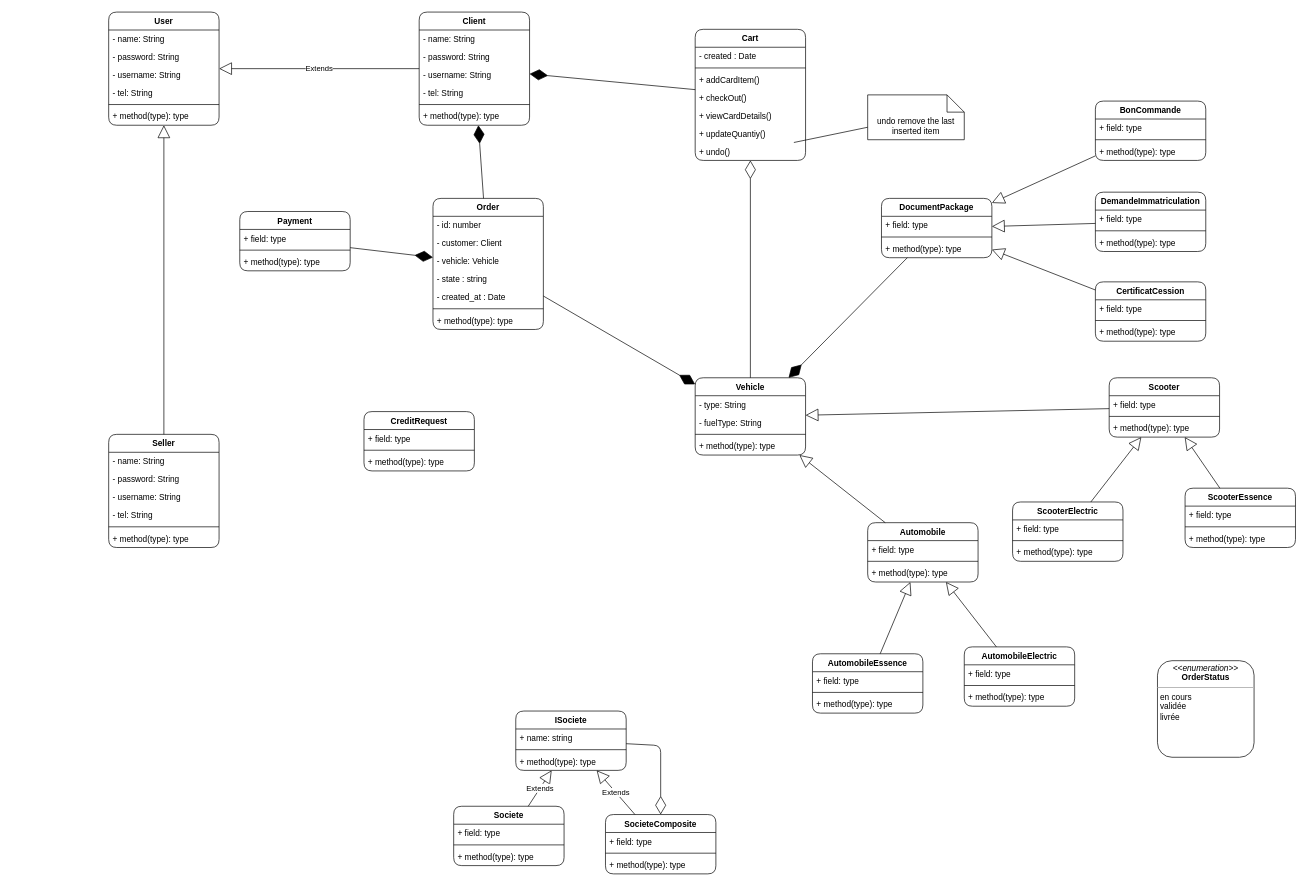
Before: page "class Diagram" (1 of 4) of uml.drawio in Prune12/CAR_APP, a draw.io diagram. Source tidied: cells renumbered, new cells numbered last; positions are measured from the earlier drawing's top-left corner, leaving out a move shared by most shapes. Both pictures are drawn from the tidied source at 69%, with x=0, y=0 at pixel (108, 12).
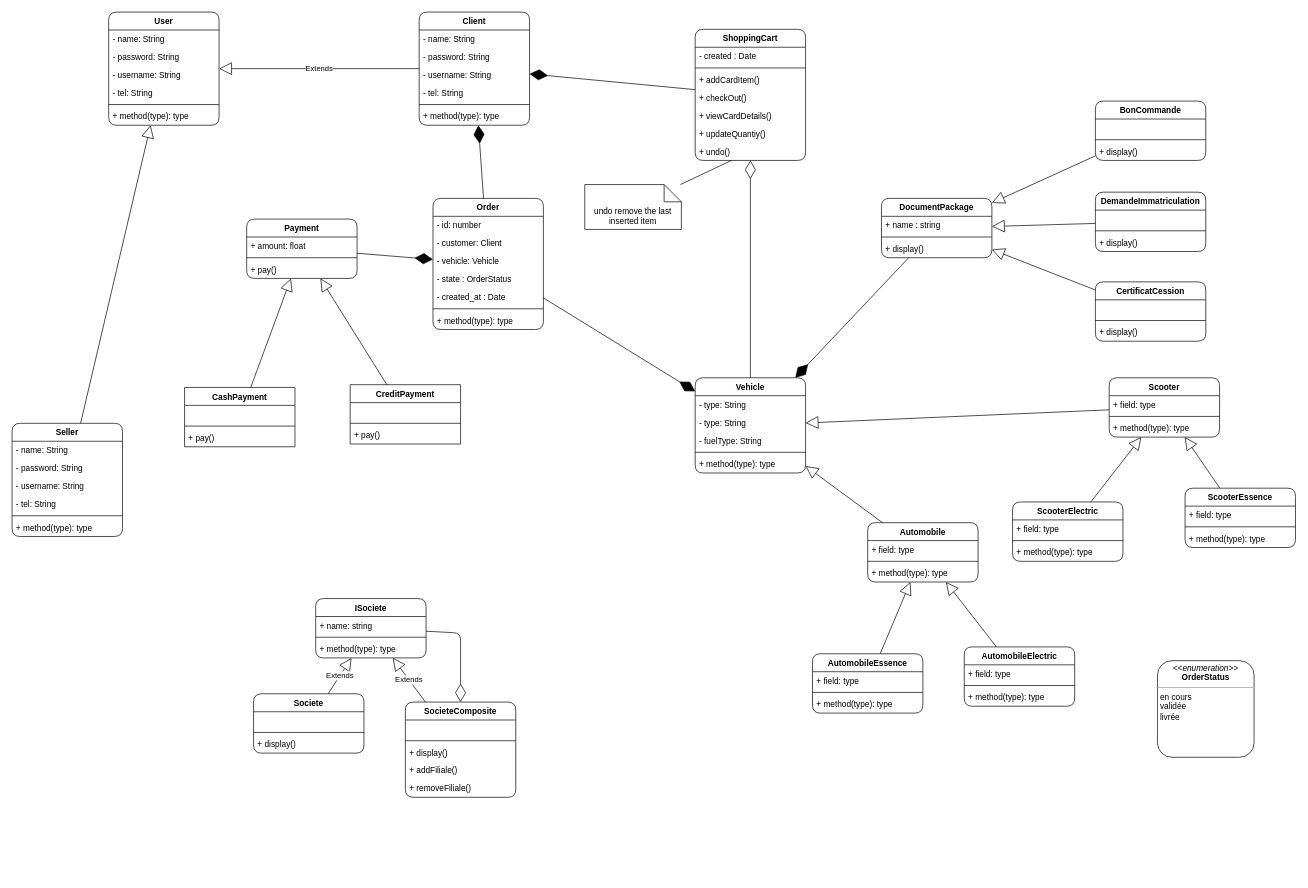
After the change.

Unchanged cells that the change refers to:
```xml
<mxCell id="38" value="DocumentPackage" style="swimlane;fontStyle=1;align=center;verticalAlign=top;horizontal=1;startSize=26;rounded=1;" parent="1" vertex="1">
  <mxGeometry x="1120" y="270" width="160" height="86" as="geometry" />
</mxCell>
<mxCell id="42" value="Order" style="swimlane;fontStyle=1;align=center;verticalAlign=top;horizontal=1;startSize=26;rounded=1;" parent="1" vertex="1">
  <mxGeometry x="470" y="270" width="160" height="190" as="geometry" />
</mxCell>
<mxCell id="88" value="CertificatCession" style="swimlane;fontStyle=1;align=center;verticalAlign=top;horizontal=1;startSize=26;rounded=1;" parent="1" vertex="1">
  <mxGeometry x="1430" y="391" width="160" height="86" as="geometry" />
</mxCell>
<mxCell id="92" value="DemandeImmatriculation" style="swimlane;fontStyle=1;align=center;verticalAlign=top;horizontal=1;startSize=26;rounded=1;" parent="1" vertex="1">
  <mxGeometry x="1430" y="261" width="160" height="86" as="geometry" />
</mxCell>
<mxCell id="96" value="BonCommande" style="swimlane;fontStyle=1;align=center;verticalAlign=top;horizontal=1;startSize=26;rounded=1;" parent="1" vertex="1">
  <mxGeometry x="1430" y="129" width="160" height="86" as="geometry" />
</mxCell>
```

Change to the diagram source:
```diff
@@
     <mxCell id="2" value="Vehicle" style="swimlane;fontStyle=1;align=center;verticalAlign=top;horizontal=1;startSize=26;rounded=1;" parent="1" vertex="1">
-      <mxGeometry x="850" y="530" width="160" height="112" as="geometry" />
+      <mxGeometry x="850" y="530" width="160" height="138" as="geometry" />
     </mxCell>
+    <mxCell id="127" value="- type: String " style="text;strokeColor=none;fillColor=none;align=left;verticalAlign=top;spacingLeft=4;spacingRight=4;overflow=hidden;rounded=1;" parent="2" vertex="1">
+      <mxGeometry y="26" width="160" height="26" as="geometry" />
+    </mxCell>
     <mxCell id="3" value="- type: String " style="text;strokeColor=none;fillColor=none;align=left;verticalAlign=top;spacingLeft=4;spacingRight=4;overflow=hidden;rounded=1;" parent="2" vertex="1">
-      <mxGeometry y="26" width="160" height="26" as="geometry" />
+      <mxGeometry y="52" width="160" height="26" as="geometry" />
     </mxCell>
     <mxCell id="4" value="- fuelType: String" style="text;strokeColor=none;fillColor=none;align=left;verticalAlign=top;spacingLeft=4;spacingRight=4;overflow=hidden;rounded=1;" parent="2" vertex="1">
-      <mxGeometry y="52" width="160" height="26" as="geometry" />
+      <mxGeometry y="78" width="160" height="26" as="geometry" />
     </mxCell>
     <mxCell id="5" style="line;strokeWidth=1;fillColor=none;align=left;verticalAlign=middle;spacingTop=-1;spacingLeft=3;spacingRight=3;labelPosition=right;rounded=1;" parent="2" vertex="1">
-      <mxGeometry y="78" width="160" height="8" as="geometry" />
+      <mxGeometry y="104" width="160" height="8" as="geometry" />
     </mxCell>
     <mxCell id="6" value="+ method(type): type" style="text;strokeColor=none;fillColor=none;align=left;verticalAlign=top;spacingLeft=4;spacingRight=4;overflow=hidden;rounded=1;" parent="2" vertex="1">
-      <mxGeometry y="86" width="160" height="26" as="geometry" />
+      <mxGeometry y="112" width="160" height="26" as="geometry" />
     </mxCell>
@@
     <mxCell id="24" value="ISociete" style="swimlane;fontStyle=1;align=center;verticalAlign=top;horizontal=1;startSize=26;rounded=1;" parent="1" vertex="1">
-      <mxGeometry x="590" y="1013" width="160" height="86" as="geometry" />
+      <mxGeometry x="300" y="850" width="160" height="86" as="geometry" />
     </mxCell>
@@
     <mxCell id="28" value="SocieteComposite" style="swimlane;fontStyle=1;align=center;verticalAlign=top;horizontal=1;startSize=26;rounded=1;" parent="1" vertex="1">
-      <mxGeometry x="720" y="1163" width="160" height="86" as="geometry" />
+      <mxGeometry x="430" y="1000" width="160" height="138" as="geometry" />
     </mxCell>
-    <mxCell id="29" value="+ field: type" style="text;strokeColor=none;fillColor=none;align=left;verticalAlign=top;spacingLeft=4;spacingRight=4;overflow=hidden;rounded=1;" parent="28" vertex="1">
+    <mxCell id="29" value=" " style="text;strokeColor=none;fillColor=none;align=left;verticalAlign=top;spacingLeft=4;spacingRight=4;overflow=hidden;rounded=1;" parent="28" vertex="1">
       <mxGeometry y="26" width="160" height="26" as="geometry" />
     </mxCell>
@@
-    <mxCell id="31" value="+ method(type): type" style="text;strokeColor=none;fillColor=none;align=left;verticalAlign=top;spacingLeft=4;spacingRight=4;overflow=hidden;rounded=1;" parent="28" vertex="1">
+    <mxCell id="31" value="+ display()" style="text;strokeColor=none;fillColor=none;align=left;verticalAlign=top;spacingLeft=4;spacingRight=4;overflow=hidden;rounded=1;" parent="28" vertex="1">
       <mxGeometry y="60" width="160" height="26" as="geometry" />
     </mxCell>
+    <mxCell id="128" value="+ addFiliale()" style="text;strokeColor=none;fillColor=none;align=left;verticalAlign=top;spacingLeft=4;spacingRight=4;overflow=hidden;rounded=1;" parent="28" vertex="1">
+      <mxGeometry y="86" width="160" height="26" as="geometry" />
+    </mxCell>
+    <mxCell id="129" value="+ removeFiliale()" style="text;strokeColor=none;fillColor=none;align=left;verticalAlign=top;spacingLeft=4;spacingRight=4;overflow=hidden;rounded=1;" parent="28" vertex="1">
+      <mxGeometry y="112" width="160" height="26" as="geometry" />
+    </mxCell>
     <mxCell id="32" value="Societe" style="swimlane;fontStyle=1;align=center;verticalAlign=top;horizontal=1;startSize=26;rounded=1;" parent="1" vertex="1">
-      <mxGeometry x="500" y="1151" width="160" height="86" as="geometry" />
+      <mxGeometry x="210" y="988" width="160" height="86" as="geometry" />
     </mxCell>
-    <mxCell id="33" value="+ field: type" style="text;strokeColor=none;fillColor=none;align=left;verticalAlign=top;spacingLeft=4;spacingRight=4;overflow=hidden;rounded=1;" parent="32" vertex="1">
+    <mxCell id="33" value=" " style="text;strokeColor=none;fillColor=none;align=left;verticalAlign=top;spacingLeft=4;spacingRight=4;overflow=hidden;rounded=1;" parent="32" vertex="1">
       <mxGeometry y="26" width="160" height="26" as="geometry" />
     </mxCell>
@@
-    <mxCell id="35" value="+ method(type): type" style="text;strokeColor=none;fillColor=none;align=left;verticalAlign=top;spacingLeft=4;spacingRight=4;overflow=hidden;rounded=1;" parent="32" vertex="1">
+    <mxCell id="35" value="+ display()" style="text;strokeColor=none;fillColor=none;align=left;verticalAlign=top;spacingLeft=4;spacingRight=4;overflow=hidden;rounded=1;" parent="32" vertex="1">
       <mxGeometry y="60" width="160" height="26" as="geometry" />
     </mxCell>
@@
-    <mxCell id="39" value="+ field: type" style="text;strokeColor=none;fillColor=none;align=left;verticalAlign=top;spacingLeft=4;spacingRight=4;overflow=hidden;rounded=1;" parent="38" vertex="1">
+    <mxCell id="39" value="+ name : string" style="text;strokeColor=none;fillColor=none;align=left;verticalAlign=top;spacingLeft=4;spacingRight=4;overflow=hidden;rounded=1;" parent="38" vertex="1">
       <mxGeometry y="26" width="160" height="26" as="geometry" />
     </mxCell>
@@
-    <mxCell id="41" value="+ method(type): type" style="text;strokeColor=none;fillColor=none;align=left;verticalAlign=top;spacingLeft=4;spacingRight=4;overflow=hidden;rounded=1;" parent="38" vertex="1">
+    <mxCell id="41" value="+ display()" style="text;strokeColor=none;fillColor=none;align=left;verticalAlign=top;spacingLeft=4;spacingRight=4;overflow=hidden;rounded=1;" parent="38" vertex="1">
       <mxGeometry y="60" width="160" height="26" as="geometry" />
     </mxCell>
@@
-    <mxCell id="46" value="- state : string" style="text;strokeColor=none;fillColor=none;align=left;verticalAlign=top;spacingLeft=4;spacingRight=4;overflow=hidden;rounded=1;" parent="42" vertex="1">
+    <mxCell id="46" value="- state : OrderStatus" style="text;strokeColor=none;fillColor=none;align=left;verticalAlign=top;spacingLeft=4;spacingRight=4;overflow=hidden;rounded=1;" parent="42" vertex="1">
       <mxGeometry y="104" width="160" height="26" as="geometry" />
     </mxCell>
@@
-    <mxCell id="51" value="CreditRequest" style="swimlane;fontStyle=1;align=center;verticalAlign=top;horizontal=1;startSize=26;rounded=1;" parent="1" vertex="1">
-      <mxGeometry x="370" y="579" width="160" height="86" as="geometry" />
-    </mxCell>
-    <mxCell id="52" value="+ field: type" style="text;strokeColor=none;fillColor=none;align=left;verticalAlign=top;spacingLeft=4;spacingRight=4;overflow=hidden;rounded=1;" parent="51" vertex="1">
-      <mxGeometry y="26" width="160" height="26" as="geometry" />
-    </mxCell>
-    <mxCell id="53" style="line;strokeWidth=1;fillColor=none;align=left;verticalAlign=middle;spacingTop=-1;spacingLeft=3;spacingRight=3;labelPosition=right;rounded=1;" parent="51" vertex="1">
-      <mxGeometry y="52" width="160" height="8" as="geometry" />
-    </mxCell>
-    <mxCell id="54" value="+ method(type): type" style="text;strokeColor=none;fillColor=none;align=left;verticalAlign=top;spacingLeft=4;spacingRight=4;overflow=hidden;rounded=1;" parent="51" vertex="1">
-      <mxGeometry y="60" width="160" height="26" as="geometry" />
-    </mxCell>
@@
     <mxCell id="64" value="Seller" style="swimlane;fontStyle=1;align=center;verticalAlign=top;horizontal=1;startSize=26;rounded=1;" parent="1" vertex="1">
-      <mxGeometry y="612" width="160" height="164" as="geometry" />
+      <mxGeometry x="-140" y="596" width="160" height="164" as="geometry" />
     </mxCell>
@@
     <mxCell id="71" value="Payment" style="swimlane;fontStyle=1;align=center;verticalAlign=top;horizontal=1;startSize=26;rounded=1;" parent="1" vertex="1">
-      <mxGeometry x="190" y="289" width="160" height="86" as="geometry" />
+      <mxGeometry x="200" y="300" width="160" height="86" as="geometry" />
     </mxCell>
-    <mxCell id="72" value="+ field: type" style="text;strokeColor=none;fillColor=none;align=left;verticalAlign=top;spacingLeft=4;spacingRight=4;overflow=hidden;rounded=1;" parent="71" vertex="1">
+    <mxCell id="72" value="+ amount: float" style="text;strokeColor=none;fillColor=none;align=left;verticalAlign=top;spacingLeft=4;spacingRight=4;overflow=hidden;rounded=1;" parent="71" vertex="1">
       <mxGeometry y="26" width="160" height="26" as="geometry" />
     </mxCell>
@@
-    <mxCell id="74" value="+ method(type): type" style="text;strokeColor=none;fillColor=none;align=left;verticalAlign=top;spacingLeft=4;spacingRight=4;overflow=hidden;rounded=1;" parent="71" vertex="1">
+    <mxCell id="74" value="+ pay()" style="text;strokeColor=none;fillColor=none;align=left;verticalAlign=top;spacingLeft=4;spacingRight=4;overflow=hidden;rounded=1;" parent="71" vertex="1">
       <mxGeometry y="60" width="160" height="26" as="geometry" />
     </mxCell>
@@
-    <mxCell id="76" value="Cart" style="swimlane;fontStyle=1;align=center;verticalAlign=top;horizontal=1;startSize=26;rounded=1;" parent="1" vertex="1">
+    <mxCell id="76" value="ShoppingCart" style="swimlane;fontStyle=1;align=center;verticalAlign=top;horizontal=1;startSize=26;rounded=1;" parent="1" vertex="1">
       <mxGeometry x="850" y="25" width="160" height="190" as="geometry" />
     </mxCell>
@@
     <mxCell id="84" value="undo remove the last inserted item" style="shape=note2;boundedLbl=1;whiteSpace=wrap;html=1;size=25;verticalAlign=top;align=center;rounded=1;" parent="1" vertex="1">
-      <mxGeometry x="1100" y="120" width="140" height="65" as="geometry" />
+      <mxGeometry x="690" y="250" width="140" height="65" as="geometry" />
     </mxCell>
@@
-    <mxCell id="89" value="+ field: type" style="text;strokeColor=none;fillColor=none;align=left;verticalAlign=top;spacingLeft=4;spacingRight=4;overflow=hidden;rounded=1;" parent="88" vertex="1">
+    <mxCell id="89" value=" " style="text;strokeColor=none;fillColor=none;align=left;verticalAlign=top;spacingLeft=4;spacingRight=4;overflow=hidden;rounded=1;" parent="88" vertex="1">
       <mxGeometry y="26" width="160" height="26" as="geometry" />
     </mxCell>
@@
-    <mxCell id="91" value="+ method(type): type" style="text;strokeColor=none;fillColor=none;align=left;verticalAlign=top;spacingLeft=4;spacingRight=4;overflow=hidden;rounded=1;" parent="88" vertex="1">
+    <mxCell id="91" value="+ display()" style="text;strokeColor=none;fillColor=none;align=left;verticalAlign=top;spacingLeft=4;spacingRight=4;overflow=hidden;rounded=1;" parent="88" vertex="1">
       <mxGeometry y="60" width="160" height="26" as="geometry" />
     </mxCell>
@@
-    <mxCell id="93" value="+ field: type" style="text;strokeColor=none;fillColor=none;align=left;verticalAlign=top;spacingLeft=4;spacingRight=4;overflow=hidden;rounded=1;" parent="92" vertex="1">
+    <mxCell id="93" value=" " style="text;strokeColor=none;fillColor=none;align=left;verticalAlign=top;spacingLeft=4;spacingRight=4;overflow=hidden;rounded=1;" parent="92" vertex="1">
       <mxGeometry y="26" width="160" height="26" as="geometry" />
     </mxCell>
@@
-    <mxCell id="95" value="+ method(type): type" style="text;strokeColor=none;fillColor=none;align=left;verticalAlign=top;spacingLeft=4;spacingRight=4;overflow=hidden;rounded=1;" parent="92" vertex="1">
+    <mxCell id="95" value="+ display()" style="text;strokeColor=none;fillColor=none;align=left;verticalAlign=top;spacingLeft=4;spacingRight=4;overflow=hidden;rounded=1;" parent="92" vertex="1">
       <mxGeometry y="60" width="160" height="26" as="geometry" />
     </mxCell>
@@
-    <mxCell id="97" value="+ field: type" style="text;strokeColor=none;fillColor=none;align=left;verticalAlign=top;spacingLeft=4;spacingRight=4;overflow=hidden;rounded=1;" parent="96" vertex="1">
+    <mxCell id="97" value=" " style="text;strokeColor=none;fillColor=none;align=left;verticalAlign=top;spacingLeft=4;spacingRight=4;overflow=hidden;rounded=1;" parent="96" vertex="1">
       <mxGeometry y="26" width="160" height="26" as="geometry" />
     </mxCell>
@@
-    <mxCell id="99" value="+ method(type): type" style="text;strokeColor=none;fillColor=none;align=left;verticalAlign=top;spacingLeft=4;spacingRight=4;overflow=hidden;rounded=1;" parent="96" vertex="1">
+    <mxCell id="99" value="+ display()" style="text;strokeColor=none;fillColor=none;align=left;verticalAlign=top;spacingLeft=4;spacingRight=4;overflow=hidden;rounded=1;" parent="96" vertex="1">
       <mxGeometry y="60" width="160" height="26" as="geometry" />
     </mxCell>
@@
     <mxCell id="105" style="endArrow=diamondThin;endFill=0;endSize=24;html=1;rounded=1;" parent="1" edge="1" source="24" target="28">
       <mxGeometry relative="1" as="geometry">
         <Array as="points">
-          <mxPoint x="800" y="1063" />
+          <mxPoint x="510" y="900" />
         </Array>
       </mxGeometry>
     </mxCell>
@@
+    <mxCell id="130" value="CashPayment" style="swimlane;fontStyle=1;align=center;verticalAlign=top;horizontal=1;startSize=26;" parent="1" vertex="1">
+      <mxGeometry x="110" y="544" width="160" height="86" as="geometry" />
+    </mxCell>
+    <mxCell id="131" value=" " style="text;strokeColor=none;fillColor=none;align=left;verticalAlign=top;spacingLeft=4;spacingRight=4;overflow=hidden;" parent="130" vertex="1">
+      <mxGeometry y="26" width="160" height="26" as="geometry" />
+    </mxCell>
+    <mxCell id="132" style="line;strokeWidth=1;fillColor=none;align=left;verticalAlign=middle;spacingTop=-1;spacingLeft=3;spacingRight=3;labelPosition=right;strokeColor=inherit;" parent="130" vertex="1">
+      <mxGeometry y="52" width="160" height="8" as="geometry" />
+    </mxCell>
+    <mxCell id="133" value="+ pay()" style="text;strokeColor=none;fillColor=none;align=left;verticalAlign=top;spacingLeft=4;spacingRight=4;overflow=hidden;rounded=1;" parent="130" vertex="1">
+      <mxGeometry y="60" width="160" height="26" as="geometry" />
+    </mxCell>
+    <mxCell id="134" value="CreditPayment" style="swimlane;fontStyle=1;align=center;verticalAlign=top;horizontal=1;startSize=26;" parent="1" vertex="1">
+      <mxGeometry x="350" y="540" width="160" height="86" as="geometry" />
+    </mxCell>
+    <mxCell id="135" value=" " style="text;strokeColor=none;fillColor=none;align=left;verticalAlign=top;spacingLeft=4;spacingRight=4;overflow=hidden;" parent="134" vertex="1">
+      <mxGeometry y="26" width="160" height="26" as="geometry" />
+    </mxCell>
+    <mxCell id="136" style="line;strokeWidth=1;fillColor=none;align=left;verticalAlign=middle;spacingTop=-1;spacingLeft=3;spacingRight=3;labelPosition=right;strokeColor=inherit;" parent="134" vertex="1">
+      <mxGeometry y="52" width="160" height="8" as="geometry" />
+    </mxCell>
+    <mxCell id="137" value="+ pay()" style="text;strokeColor=none;fillColor=none;align=left;verticalAlign=top;spacingLeft=4;spacingRight=4;overflow=hidden;rounded=1;" parent="134" vertex="1">
+      <mxGeometry y="60" width="160" height="26" as="geometry" />
+    </mxCell>
+    <mxCell id="138" style="endArrow=block;endSize=16;endFill=0;html=1;" parent="1" edge="1" source="134" target="71">
+      <mxGeometry y="-9" relative="1" as="geometry" />
+    </mxCell>
+    <mxCell id="139" style="endArrow=block;endSize=16;endFill=0;html=1;" parent="1" edge="1" source="130" target="71">
+      <mxGeometry y="-9" relative="1" as="geometry" />
+    </mxCell>
```
